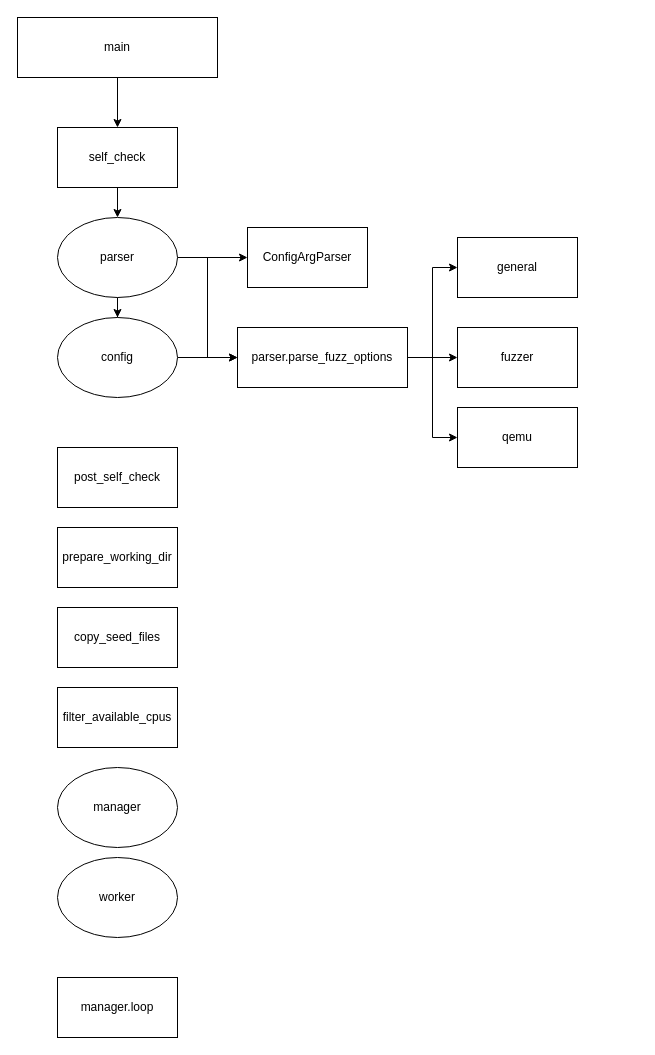
Above: kAFL분석.drawio in FuzzerTV/Drawio (draw.io), before the change. Source tidied: cells renumbered, new cells numbered last; positions are measured from the earlier drawing's top-left corner, leaving out a move shared by most shapes. Both pictures are drawn from the tidied source at 100%, with x=0, y=0 at pixel (17, 17).
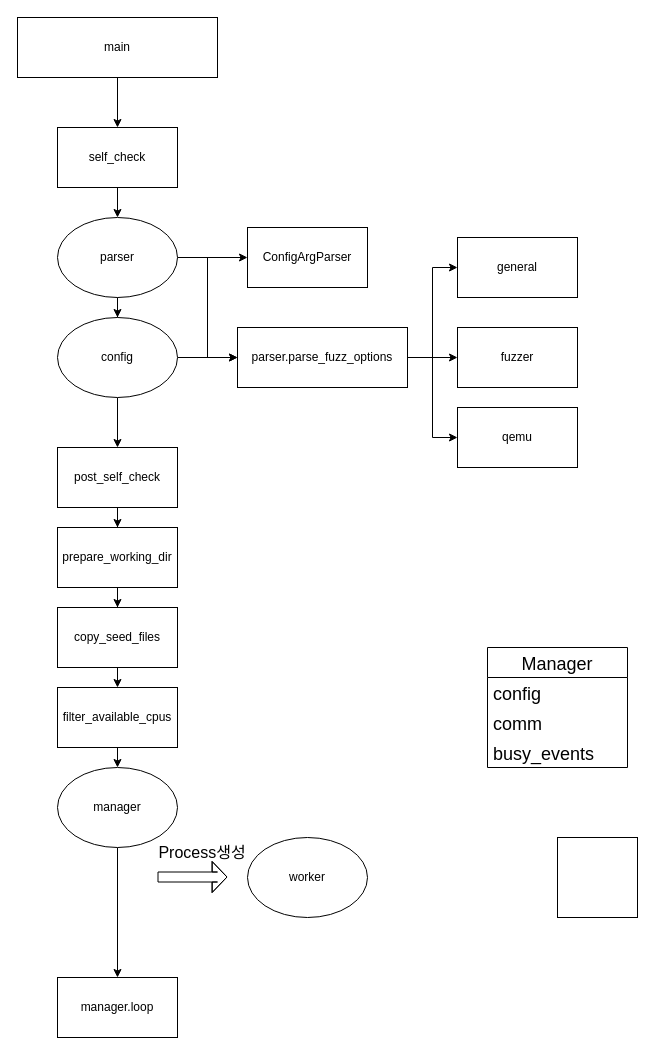
The same page after the edit.

Commit message:
kAFL분석.drawio 업데이트

The change refers to these unchanged cells:
```xml
<mxCell id="18" value="config" style="ellipse;whiteSpace=wrap;html=1;" parent="1" vertex="1">
  <mxGeometry x="40" y="300" width="120" height="80" as="geometry" />
</mxCell>
<mxCell id="20" value="post_self_check" style="rounded=0;whiteSpace=wrap;html=1;" parent="1" vertex="1">
  <mxGeometry x="40" y="430" width="120" height="60" as="geometry" />
</mxCell>
<mxCell id="21" value="prepare_working_dir" style="rounded=0;whiteSpace=wrap;html=1;" parent="1" vertex="1">
  <mxGeometry x="40" y="510" width="120" height="60" as="geometry" />
</mxCell>
<mxCell id="22" value="copy_seed_files" style="rounded=0;whiteSpace=wrap;html=1;" parent="1" vertex="1">
  <mxGeometry x="40" y="590" width="120" height="60" as="geometry" />
</mxCell>
<mxCell id="23" value="manager.loop" style="rounded=0;whiteSpace=wrap;html=1;" parent="1" vertex="1">
  <mxGeometry x="40" y="960" width="120" height="60" as="geometry" />
</mxCell>
<mxCell id="24" value="filter_available_cpus" style="rounded=0;whiteSpace=wrap;html=1;" parent="1" vertex="1">
  <mxGeometry x="40" y="670" width="120" height="60" as="geometry" />
</mxCell>
<mxCell id="25" value="manager" style="ellipse;whiteSpace=wrap;html=1;" parent="1" vertex="1">
  <mxGeometry x="40" y="750" width="120" height="80" as="geometry" />
</mxCell>
```

Change to the diagram source:
```diff
@@
+    <mxCell id="27" style="edgeStyle=orthogonalEdgeStyle;rounded=0;jettySize=auto;html=1;exitX=0.5;exitY=1;exitDx=0;exitDy=0;entryX=0.5;entryY=0;entryDx=0;entryDy=0;" parent="1" edge="1" source="18" target="20">
+      <mxGeometry relative="1" as="geometry" />
+    </mxCell>
@@
+    <mxCell id="28" style="edgeStyle=orthogonalEdgeStyle;rounded=0;jettySize=auto;html=1;exitX=0.5;exitY=1;exitDx=0;exitDy=0;" parent="1" edge="1" source="20" target="21">
+      <mxGeometry relative="1" as="geometry" />
+    </mxCell>
@@
+    <mxCell id="29" style="edgeStyle=orthogonalEdgeStyle;rounded=0;jettySize=auto;html=1;exitX=0.5;exitY=1;exitDx=0;exitDy=0;" parent="1" edge="1" source="21" target="22">
+      <mxGeometry relative="1" as="geometry" />
+    </mxCell>
@@
+    <mxCell id="30" style="edgeStyle=orthogonalEdgeStyle;rounded=0;jettySize=auto;html=1;exitX=0.5;exitY=1;exitDx=0;exitDy=0;entryX=0.5;entryY=0;entryDx=0;entryDy=0;" parent="1" edge="1" source="22" target="24">
+      <mxGeometry relative="1" as="geometry" />
+    </mxCell>
@@
+    <mxCell id="31" style="edgeStyle=orthogonalEdgeStyle;rounded=0;jettySize=auto;html=1;exitX=0.5;exitY=1;exitDx=0;exitDy=0;entryX=0.5;entryY=0;entryDx=0;entryDy=0;" parent="1" edge="1" source="24" target="25">
+      <mxGeometry relative="1" as="geometry" />
+    </mxCell>
@@
+    <mxCell id="32" style="edgeStyle=orthogonalEdgeStyle;rounded=0;jettySize=auto;html=1;exitX=0.5;exitY=1;exitDx=0;exitDy=0;entryX=0.5;entryY=0;entryDx=0;entryDy=0;" parent="1" edge="1" source="25" target="23">
+      <mxGeometry relative="1" as="geometry" />
+    </mxCell>
@@
     <mxCell id="26" value="worker" style="ellipse;whiteSpace=wrap;html=1;" parent="1" vertex="1">
-      <mxGeometry x="40" y="840" width="120" height="80" as="geometry" />
+      <mxGeometry x="230" y="820" width="120" height="80" as="geometry" />
     </mxCell>
+    <mxCell id="33" style="shape=flexArrow;endArrow=classic;html=1;rounded=0;endWidth=20;endSize=4.62;" parent="1" edge="1">
+      <mxGeometry relative="1" as="geometry">
+        <mxPoint x="140" y="859.5" as="sourcePoint" />
+        <mxPoint x="210" y="859.5" as="targetPoint" />
+        <Array as="points">
+          <mxPoint x="200" y="859.5" />
+        </Array>
+      </mxGeometry>
+    </mxCell>
+    <mxCell id="34" value="&lt;font size=&quot;3&quot;&gt;Process생성&lt;/font&gt;" style="text;html=1;strokeColor=none;fillColor=none;align=center;verticalAlign=middle;whiteSpace=wrap;rounded=0;" parent="1" vertex="1">
+      <mxGeometry x="110" y="780" width="150" height="110" as="geometry" />
+    </mxCell>
+    <mxCell id="35" style="whiteSpace=wrap;html=1;fontSize=18;" parent="1" vertex="1">
+      <mxGeometry x="540" y="820" width="80" height="80" as="geometry" />
+    </mxCell>
+    <mxCell id="36" value="Manager" style="swimlane;fontStyle=0;horizontal=1;startSize=30;fontSize=18;" parent="1" vertex="1">
+      <mxGeometry x="470" y="630" width="140" height="120" as="geometry" />
+    </mxCell>
+    <mxCell id="37" value="config" style="text;strokeColor=none;fillColor=none;align=left;verticalAlign=middle;spacingLeft=4;spacingRight=4;overflow=hidden;fontSize=18;" parent="36" vertex="1">
+      <mxGeometry y="30" width="140" height="30" as="geometry" />
+    </mxCell>
+    <mxCell id="38" value="comm" style="text;strokeColor=none;fillColor=none;align=left;verticalAlign=middle;spacingLeft=4;spacingRight=4;overflow=hidden;fontSize=18;" parent="36" vertex="1">
+      <mxGeometry y="60" width="140" height="30" as="geometry" />
+    </mxCell>
+    <mxCell id="39" value="busy_events" style="text;strokeColor=none;fillColor=none;align=left;verticalAlign=middle;spacingLeft=4;spacingRight=4;overflow=hidden;fontSize=18;" parent="36" vertex="1">
+      <mxGeometry y="90" width="140" height="30" as="geometry" />
+    </mxCell>
```
